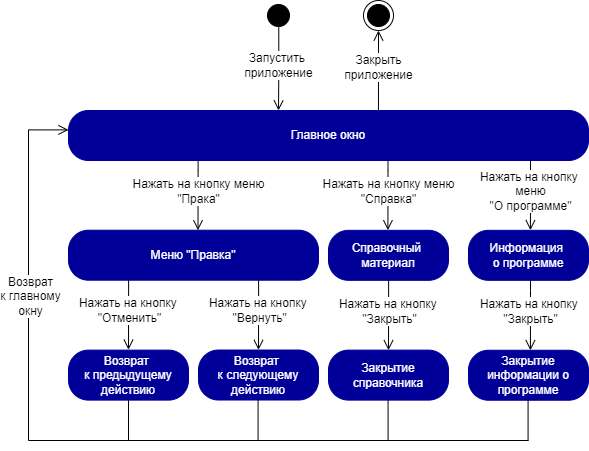
Above: SM_Bloks/Menu/State_machine_menu_all_another.drawio.png in iCosmos76/Curriculum-Designer (draw.io), before the change. Source tidied: cells renumbered, new cells last; positions are measured from the earlier drawing's top-left corner, leaving out a move shared by most shapes.
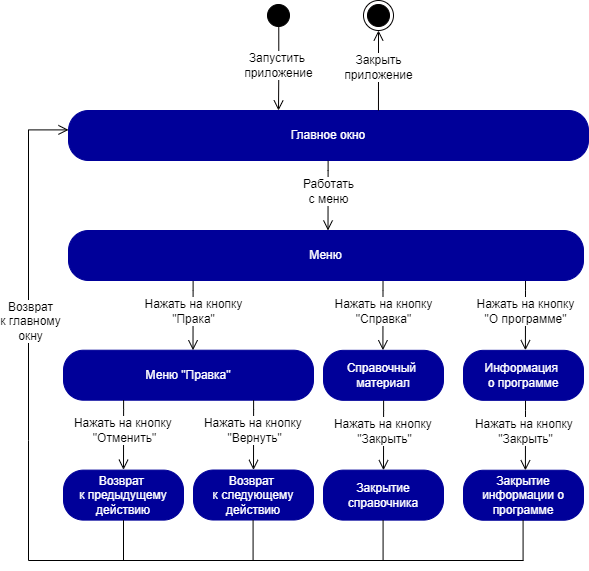
After the commit.

Change to the diagram source:
```diff
@@ -14,7 +14,7 @@
         </Array>
       </mxGeometry>
     </mxCell>
-    <mxCell id="4" value="Нажать на кнопку меню&lt;br&gt;&quot;Прака&quot;" style="edgeLabel;html=1;align=center;verticalAlign=middle;fontSize=12;labelBackgroundColor=default;" parent="3" vertex="1">
+    <mxCell id="4" value="Нажать на кнопку&lt;br&gt;&quot;Прака&quot;" style="edgeLabel;html=1;align=center;verticalAlign=middle;fontSize=12;labelBackgroundColor=default;" parent="3" vertex="1">
       <mxGeometry x="-0.25" y="2" relative="1" as="geometry">
         <mxPoint x="-2" y="4" as="offset" />
       </mxGeometry>
@@ -62,7 +62,7 @@
         </Array>
       </mxGeometry>
     </mxCell>
-    <mxCell id="12" value="Нажать на кнопку меню&lt;br&gt;&quot;Справка&quot;" style="edgeLabel;html=1;align=center;verticalAlign=middle;fontSize=12;labelBackgroundColor=default;" parent="11" vertex="1">
+    <mxCell id="12" value="Нажать на кнопку&lt;br&gt;&quot;Справка&quot;" style="edgeLabel;html=1;align=center;verticalAlign=middle;fontSize=12;labelBackgroundColor=default;" parent="11" vertex="1">
       <mxGeometry x="-0.25" y="2" relative="1" as="geometry">
         <mxPoint x="-2" y="4" as="offset" />
       </mxGeometry>
@@ -96,7 +96,7 @@
         </Array>
       </mxGeometry>
     </mxCell>
-    <mxCell id="18" value="Нажать на кнопку &lt;br&gt;меню&lt;br&gt;&quot;О программе&quot;" style="edgeLabel;html=1;align=center;verticalAlign=middle;fontSize=12;labelBackgroundColor=default;" parent="17" vertex="1">
+    <mxCell id="18" value="Нажать на кнопку&lt;br&gt;&quot;О программе&quot;" style="edgeLabel;html=1;align=center;verticalAlign=middle;fontSize=12;labelBackgroundColor=default;" parent="17" vertex="1">
       <mxGeometry x="-0.25" y="2" relative="1" as="geometry">
         <mxPoint x="-2" y="4" as="offset" />
       </mxGeometry>
@@ -122,45 +122,47 @@
       <mxGeometry x="440" y="349.7" width="120" height="50" as="geometry" />
     </mxCell>
     <mxCell id="23" value="&lt;span&gt;Главное окно&lt;/span&gt;" style="rounded=1;whiteSpace=wrap;html=1;arcSize=40;fontColor=#FFFFFF;fillColor=#000099;strokeColor=#000099;" parent="1" vertex="1">
-      <mxGeometry x="40" y="110" width="520" height="50" as="geometry" />
+      <mxGeometry x="45" y="-10" width="520" height="50" as="geometry" />
     </mxCell>
     <mxCell id="24" style="ellipse;html=1;shape=startState;fillColor=#000000;strokeColor=#000000;fontColor=#000099;" parent="1" vertex="1">
-      <mxGeometry x="235" width="30" height="30" as="geometry" />
+      <mxGeometry x="240" y="-120" width="30" height="30" as="geometry" />
     </mxCell>
     <mxCell id="25" value="&lt;font style=&quot;font-size: 12px&quot;&gt;Запустить &lt;br&gt;приложение&lt;/font&gt;" style="edgeStyle=orthogonalEdgeStyle;html=1;verticalAlign=bottom;endArrow=open;endSize=8;strokeColor=#030000;rounded=0;exitX=0.509;exitY=0.876;exitDx=0;exitDy=0;exitPerimeter=0;spacingBottom=-14;fontSize=11;" parent="1" edge="1" source="24">
       <mxGeometry relative="1" as="geometry">
-        <mxPoint x="250" y="110" as="targetPoint" />
+        <mxPoint x="255" y="-10" as="targetPoint" />
       </mxGeometry>
     </mxCell>
     <mxCell id="26" value="&lt;font style=&quot;font-size: 12px&quot;&gt;Закрыть&lt;br&gt;приложение&lt;/font&gt;" style="edgeStyle=orthogonalEdgeStyle;html=1;verticalAlign=bottom;endArrow=open;endSize=8;strokeColor=#030000;rounded=0;spacingBottom=-14;fontSize=11;entryX=0.5;entryY=1;entryDx=0;entryDy=0;exitX=0.781;exitY=0;exitDx=0;exitDy=0;exitPerimeter=0;" parent="1" edge="1" target="27">
       <mxGeometry relative="1" as="geometry">
-        <mxPoint x="350" y="110" as="sourcePoint" />
+        <mxPoint x="355" y="-10" as="sourcePoint" />
         <Array as="points">
-          <mxPoint x="350" y="70" />
-          <mxPoint x="350" y="70" />
+          <mxPoint x="355" y="-50" />
+          <mxPoint x="355" y="-50" />
         </Array>
       </mxGeometry>
     </mxCell>
     <mxCell id="27" style="ellipse;html=1;shape=endState;fillColor=#000000;strokeColor=#030000;" parent="1" vertex="1">
-      <mxGeometry x="335" width="30" height="30" as="geometry" />
+      <mxGeometry x="340" y="-120" width="30" height="30" as="geometry" />
     </mxCell>
     <mxCell id="28" style="endArrow=none;html=1;rounded=0;" parent="1" edge="1">
       <mxGeometry relative="1" as="geometry">
-        <mxPoint y="440" as="sourcePoint" />
+        <mxPoint x="5" y="440" as="sourcePoint" />
         <mxPoint x="500" y="440" as="targetPoint" />
       </mxGeometry>
     </mxCell>
     <mxCell id="29" style="edgeStyle=orthogonalEdgeStyle;html=1;verticalAlign=bottom;endArrow=open;endSize=8;strokeColor=#000000;rounded=0;fontSize=10;entryX=0;entryY=0.388;entryDx=0;entryDy=0;entryPerimeter=0;" parent="1" edge="1" target="23">
       <mxGeometry relative="1" as="geometry">
-        <mxPoint y="440" as="sourcePoint" />
+        <mxPoint x="5" y="440" as="sourcePoint" />
         <Array as="points">
-          <mxPoint y="440" />
-          <mxPoint y="129" />
+          <mxPoint x="5" y="320" />
+          <mxPoint x="5" y="9" />
         </Array>
       </mxGeometry>
     </mxCell>
     <mxCell id="30" value="&lt;font style=&quot;font-size: 12px&quot;&gt;Возврат&lt;br&gt;к главному&lt;br&gt;окну&lt;br&gt;&lt;/font&gt;" style="edgeLabel;html=1;align=center;verticalAlign=middle;" parent="29" vertex="1">
-      <mxGeometry x="-0.17" y="-1" relative="1" as="geometry" />
+      <mxGeometry x="-0.17" y="-1" relative="1" as="geometry">
+        <mxPoint y="-45" as="offset" />
+      </mxGeometry>
     </mxCell>
     <mxCell id="31" style="endArrow=none;html=1;rounded=0;entryX=0.5;entryY=1;entryDx=0;entryDy=0;" parent="1" edge="1" target="9">
       <mxGeometry relative="1" as="geometry">
@@ -185,5 +187,22 @@
         <mxPoint x="499.6" y="399.5" as="targetPoint" />
       </mxGeometry>
     </mxCell>
+    <mxCell id="35" value="&lt;span&gt;Меню&lt;/span&gt;" style="rounded=1;whiteSpace=wrap;html=1;arcSize=40;fontColor=#FFFFFF;fillColor=#000099;strokeColor=#000099;" parent="1" vertex="1">
+      <mxGeometry x="45" y="110" width="515" height="50" as="geometry" />
+    </mxCell>
+    <mxCell id="36" style="edgeStyle=orthogonalEdgeStyle;html=1;verticalAlign=bottom;endArrow=open;endSize=8;strokeColor=#000000;rounded=0;fontSize=10;exitX=0.097;exitY=1.006;exitDx=0;exitDy=0;exitPerimeter=0;entryX=0.154;entryY=0;entryDx=0;entryDy=0;entryPerimeter=0;" parent="1" edge="1">
+      <mxGeometry relative="1" as="geometry">
+        <mxPoint x="304.6" y="40.3" as="sourcePoint" />
+        <mxPoint x="304.5" y="110" as="targetPoint" />
+        <Array as="points">
+          <mxPoint x="304.4" y="50" />
+        </Array>
+      </mxGeometry>
+    </mxCell>
+    <mxCell id="37" value="Работать&lt;br&gt;с меню" style="edgeLabel;html=1;align=center;verticalAlign=middle;fontSize=12;labelBackgroundColor=default;" parent="36" vertex="1">
+      <mxGeometry x="-0.25" y="2" relative="1" as="geometry">
+        <mxPoint x="-2" y="4" as="offset" />
+      </mxGeometry>
+    </mxCell>
   </root>
 </mxGraphModel>
```
